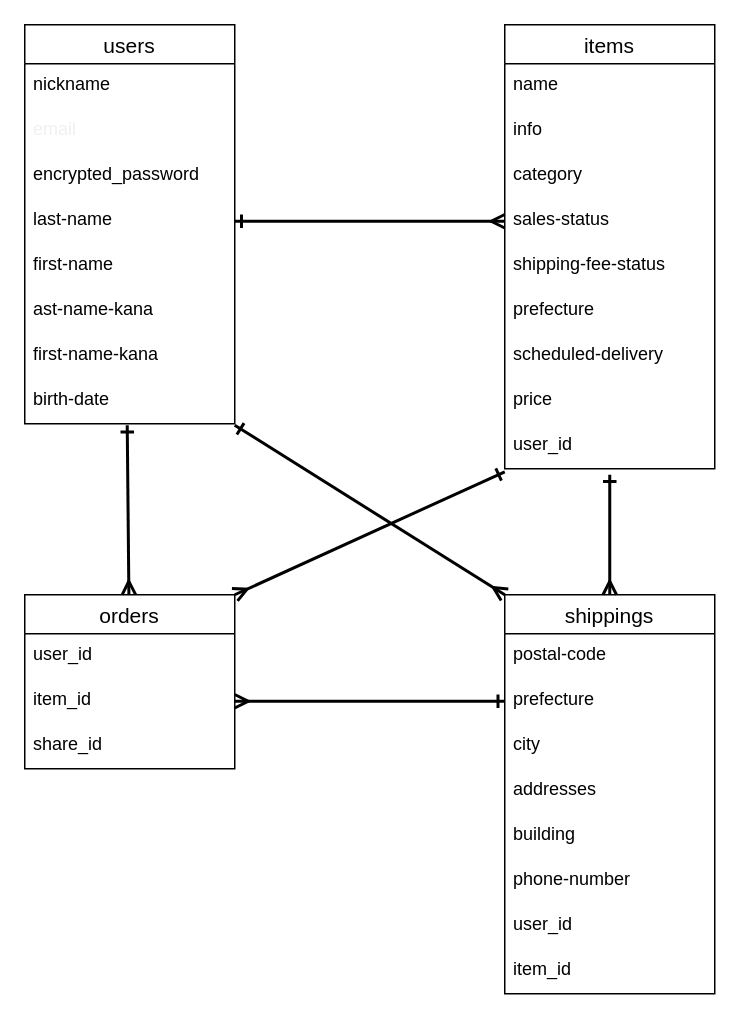
Before: furima_er.dio in zaranah/furima-37400, a draw.io diagram. Source tidied: cells renumbered, new cells numbered last; positions are measured from the earlier drawing's top-left corner, leaving out a move shared by most shapes. Both pictures are drawn from the tidied source at 150%, with x=0, y=0 at pixel (24, 24).
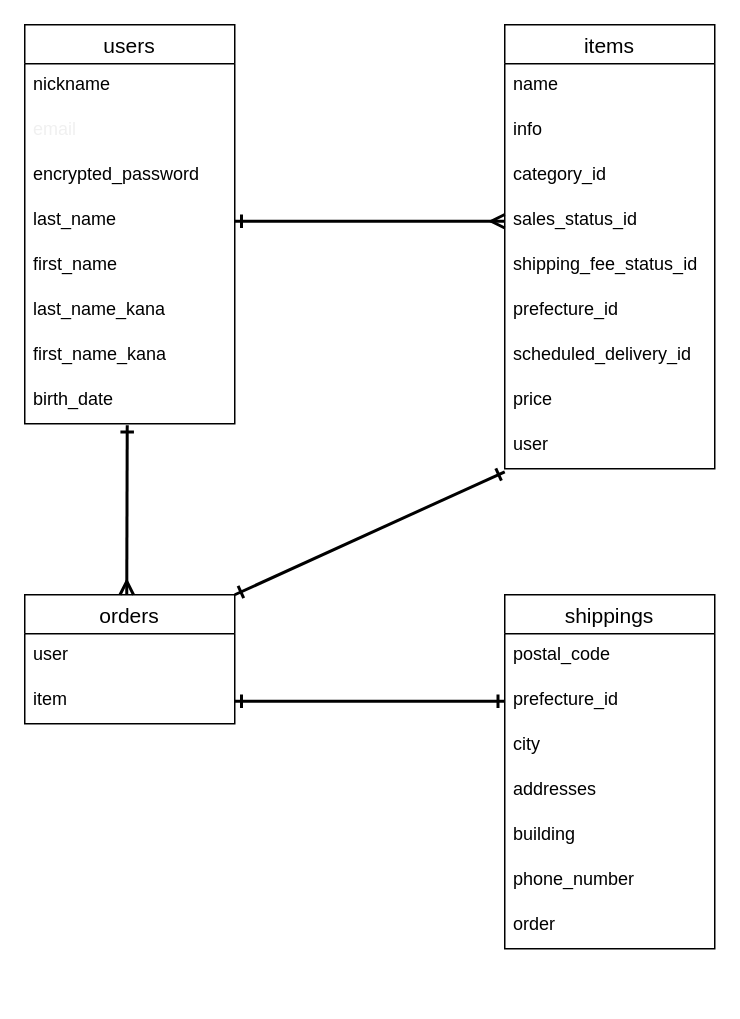
The same diagram, later.

The change refers to these unchanged cells:
```xml
<mxCell id="2" value="users" style="swimlane;fontStyle=0;horizontal=1;startSize=26;align=center;fontSize=14;" parent="1" vertex="1">
  <mxGeometry width="140" height="266" as="geometry" />
</mxCell>
<mxCell id="24" value="items" style="swimlane;fontStyle=0;horizontal=1;startSize=26;align=center;fontSize=14;" parent="1" vertex="1">
  <mxGeometry x="320" width="140" height="296" as="geometry" />
</mxCell>
```

Change to the diagram source:
```diff
@@
-    <mxCell id="6" value="last-name" style="text;strokeColor=none;fillColor=none;spacingLeft=4;spacingRight=4;overflow=hidden;points=[[0,0.5],[1,0.5]];portConstraint=eastwest;fontSize=12;" parent="2" vertex="1">
+    <mxCell id="6" value="last_name" style="text;strokeColor=none;fillColor=none;spacingLeft=4;spacingRight=4;overflow=hidden;points=[[0,0.5],[1,0.5]];portConstraint=eastwest;fontSize=12;" parent="2" vertex="1">
       <mxGeometry y="116" width="140" height="30" as="geometry" />
     </mxCell>
-    <mxCell id="7" value="first-name" style="text;strokeColor=none;fillColor=none;spacingLeft=4;spacingRight=4;overflow=hidden;fontSize=12;" parent="2" vertex="1">
+    <mxCell id="7" value="first_name" style="text;strokeColor=none;fillColor=none;spacingLeft=4;spacingRight=4;overflow=hidden;fontSize=12;" parent="2" vertex="1">
       <mxGeometry y="146" width="140" height="30" as="geometry" />
     </mxCell>
-    <mxCell id="8" value="ast-name-kana" style="text;strokeColor=none;fillColor=none;spacingLeft=4;spacingRight=4;overflow=hidden;fontSize=12;" parent="2" vertex="1">
+    <mxCell id="8" value="last_name_kana" style="text;strokeColor=none;fillColor=none;spacingLeft=4;spacingRight=4;overflow=hidden;fontSize=12;" parent="2" vertex="1">
       <mxGeometry y="176" width="140" height="30" as="geometry" />
     </mxCell>
-    <mxCell id="9" value="first-name-kana" style="text;strokeColor=none;fillColor=none;spacingLeft=4;spacingRight=4;overflow=hidden;fontSize=12;" parent="2" vertex="1">
+    <mxCell id="9" value="first_name_kana" style="text;strokeColor=none;fillColor=none;spacingLeft=4;spacingRight=4;overflow=hidden;fontSize=12;" parent="2" vertex="1">
       <mxGeometry y="206" width="140" height="30" as="geometry" />
     </mxCell>
-    <mxCell id="10" value="birth-date" style="text;strokeColor=none;fillColor=none;spacingLeft=4;spacingRight=4;overflow=hidden;points=[[0,0.5],[1,0.5]];portConstraint=eastwest;fontSize=12;" parent="2" vertex="1">
+    <mxCell id="10" value="birth_date" style="text;strokeColor=none;fillColor=none;spacingLeft=4;spacingRight=4;overflow=hidden;points=[[0,0.5],[1,0.5]];portConstraint=eastwest;fontSize=12;" parent="2" vertex="1">
       <mxGeometry y="236" width="140" height="30" as="geometry" />
     </mxCell>
     <mxCell id="11" value="shippings" style="swimlane;fontStyle=0;horizontal=1;startSize=26;align=center;fontSize=14;" parent="1" vertex="1">
-      <mxGeometry x="320" y="380" width="140" height="266" as="geometry" />
+      <mxGeometry x="320" y="380" width="140" height="236" as="geometry" />
     </mxCell>
-    <mxCell id="12" value="postal-code" style="text;strokeColor=none;fillColor=none;spacingLeft=4;spacingRight=4;overflow=hidden;fontSize=12;" parent="11" vertex="1">
+    <mxCell id="12" value="postal_code" style="text;strokeColor=none;fillColor=none;spacingLeft=4;spacingRight=4;overflow=hidden;fontSize=12;" parent="11" vertex="1">
       <mxGeometry y="26" width="140" height="30" as="geometry" />
     </mxCell>
-    <mxCell id="13" value="prefecture" style="text;strokeColor=none;fillColor=none;spacingLeft=4;spacingRight=4;overflow=hidden;points=[[0,0.5],[1,0.5]];portConstraint=eastwest;fontSize=12;" parent="11" vertex="1">
+    <mxCell id="13" value="prefecture_id" style="text;strokeColor=none;fillColor=none;spacingLeft=4;spacingRight=4;overflow=hidden;points=[[0,0.5],[1,0.5]];portConstraint=eastwest;fontSize=12;" parent="11" vertex="1">
       <mxGeometry y="56" width="140" height="30" as="geometry" />
     </mxCell>
@@
-    <mxCell id="17" value="phone-number" style="text;strokeColor=none;fillColor=none;spacingLeft=4;spacingRight=4;overflow=hidden;fontSize=12;" parent="11" vertex="1">
+    <mxCell id="17" value="phone_number" style="text;strokeColor=none;fillColor=none;spacingLeft=4;spacingRight=4;overflow=hidden;fontSize=12;" parent="11" vertex="1">
       <mxGeometry y="176" width="140" height="30" as="geometry" />
     </mxCell>
-    <mxCell id="18" value="user_id" style="text;strokeColor=none;fillColor=none;spacingLeft=4;spacingRight=4;overflow=hidden;fontSize=12;" parent="11" vertex="1">
+    <mxCell id="18" value="order" style="text;strokeColor=none;fillColor=none;spacingLeft=4;spacingRight=4;overflow=hidden;fontSize=12;" parent="11" vertex="1">
       <mxGeometry y="206" width="140" height="30" as="geometry" />
     </mxCell>
-    <mxCell id="19" value="item_id" style="text;strokeColor=none;fillColor=none;spacingLeft=4;spacingRight=4;overflow=hidden;fontSize=12;" parent="11" vertex="1">
-      <mxGeometry y="236" width="140" height="30" as="geometry" />
-    </mxCell>
     <mxCell id="20" value="orders" style="swimlane;fontStyle=0;horizontal=1;startSize=26;align=center;fontSize=14;" parent="1" vertex="1">
-      <mxGeometry y="380" width="140" height="116" as="geometry" />
+      <mxGeometry y="380" width="140" height="86" as="geometry" />
     </mxCell>
-    <mxCell id="21" value="user_id" style="text;strokeColor=none;fillColor=none;spacingLeft=4;spacingRight=4;overflow=hidden;fontSize=12;" parent="20" vertex="1">
+    <mxCell id="21" value="user" style="text;strokeColor=none;fillColor=none;spacingLeft=4;spacingRight=4;overflow=hidden;fontSize=12;" parent="20" vertex="1">
       <mxGeometry y="26" width="140" height="30" as="geometry" />
     </mxCell>
-    <mxCell id="22" value="item_id" style="text;strokeColor=none;fillColor=none;spacingLeft=4;spacingRight=4;overflow=hidden;points=[[0,0.5],[1,0.5]];portConstraint=eastwest;fontSize=12;" parent="20" vertex="1">
+    <mxCell id="22" value="item" style="text;strokeColor=none;fillColor=none;spacingLeft=4;spacingRight=4;overflow=hidden;points=[[0,0.5],[1,0.5]];portConstraint=eastwest;fontSize=12;" parent="20" vertex="1">
       <mxGeometry y="56" width="140" height="30" as="geometry" />
     </mxCell>
-    <mxCell id="23" value="share_id" style="text;strokeColor=none;fillColor=none;spacingLeft=4;spacingRight=4;overflow=hidden;fontSize=12;" parent="20" vertex="1">
-      <mxGeometry y="86" width="140" height="30" as="geometry" />
-    </mxCell>
@@
-    <mxCell id="27" value="category" style="text;strokeColor=none;fillColor=none;spacingLeft=4;spacingRight=4;overflow=hidden;fontSize=12;" parent="24" vertex="1">
+    <mxCell id="27" value="category_id" style="text;strokeColor=none;fillColor=none;spacingLeft=4;spacingRight=4;overflow=hidden;fontSize=12;" parent="24" vertex="1">
       <mxGeometry y="86" width="140" height="30" as="geometry" />
     </mxCell>
-    <mxCell id="28" value="sales-status" style="text;strokeColor=none;fillColor=none;spacingLeft=4;spacingRight=4;overflow=hidden;points=[[0,0.5],[1,0.5]];portConstraint=eastwest;fontSize=12;" parent="24" vertex="1">
+    <mxCell id="28" value="sales_status_id" style="text;strokeColor=none;fillColor=none;spacingLeft=4;spacingRight=4;overflow=hidden;points=[[0,0.5],[1,0.5]];portConstraint=eastwest;fontSize=12;" parent="24" vertex="1">
       <mxGeometry y="116" width="140" height="30" as="geometry" />
     </mxCell>
-    <mxCell id="29" value="shipping-fee-status" style="text;strokeColor=none;fillColor=none;spacingLeft=4;spacingRight=4;overflow=hidden;fontSize=12;" parent="24" vertex="1">
+    <mxCell id="29" value="shipping_fee_status_id" style="text;strokeColor=none;fillColor=none;spacingLeft=4;spacingRight=4;overflow=hidden;fontSize=12;" parent="24" vertex="1">
       <mxGeometry y="146" width="140" height="30" as="geometry" />
     </mxCell>
-    <mxCell id="30" value="prefecture" style="text;strokeColor=none;fillColor=none;spacingLeft=4;spacingRight=4;overflow=hidden;fontSize=12;" parent="24" vertex="1">
+    <mxCell id="30" value="prefecture_id" style="text;strokeColor=none;fillColor=none;spacingLeft=4;spacingRight=4;overflow=hidden;fontSize=12;" parent="24" vertex="1">
       <mxGeometry y="176" width="140" height="30" as="geometry" />
     </mxCell>
-    <mxCell id="31" value="scheduled-delivery" style="text;strokeColor=none;fillColor=none;spacingLeft=4;spacingRight=4;overflow=hidden;fontSize=12;" parent="24" vertex="1">
+    <mxCell id="31" value="scheduled_delivery_id" style="text;strokeColor=none;fillColor=none;spacingLeft=4;spacingRight=4;overflow=hidden;fontSize=12;" parent="24" vertex="1">
       <mxGeometry y="206" width="140" height="30" as="geometry" />
     </mxCell>
@@
-    <mxCell id="33" value="user_id" style="text;strokeColor=none;fillColor=none;spacingLeft=4;spacingRight=4;overflow=hidden;points=[[0,0.5],[1,0.5]];portConstraint=eastwest;fontSize=12;" parent="24" vertex="1">
+    <mxCell id="33" value="user" style="text;strokeColor=none;fillColor=none;spacingLeft=4;spacingRight=4;overflow=hidden;points=[[0,0.5],[1,0.5]];portConstraint=eastwest;fontSize=12;" parent="24" vertex="1">
       <mxGeometry y="266" width="140" height="30" as="geometry" />
     </mxCell>
@@
-    <mxCell id="35" style="edgeStyle=none;html=1;exitX=1;exitY=1.033;exitDx=0;exitDy=0;entryX=0;entryY=0;entryDx=0;entryDy=0;fontColor=#F0F0F0;endArrow=ERmany;endFill=0;startSize=6;targetPerimeterSpacing=0;strokeWidth=2;startArrow=ERone;startFill=0;exitPerimeter=0;" parent="1" edge="1" source="10" target="11">
-      <mxGeometry relative="1" as="geometry" />
-    </mxCell>
-    <mxCell id="36" style="edgeStyle=none;html=1;fontColor=#F0F0F0;endArrow=ERmany;endFill=0;startSize=6;targetPerimeterSpacing=0;strokeWidth=2;startArrow=ERone;startFill=0;exitX=0.488;exitY=1.033;exitDx=0;exitDy=0;exitPerimeter=0;" parent="1" edge="1" source="10" target="20">
-      <mxGeometry relative="1" as="geometry" />
+    <mxCell id="36" style="edgeStyle=none;html=1;fontColor=#F0F0F0;endArrow=ERmany;endFill=0;startSize=6;targetPerimeterSpacing=0;strokeWidth=2;startArrow=ERone;startFill=0;exitX=0.488;exitY=1.033;exitDx=0;exitDy=0;exitPerimeter=0;" parent="1" edge="1" source="10">
+      <mxGeometry relative="1" as="geometry">
+        <mxPoint x="68" y="380" as="targetPoint" />
+      </mxGeometry>
     </mxCell>
-    <mxCell id="37" style="edgeStyle=none;html=1;exitX=0;exitY=1.067;exitDx=0;exitDy=0;entryX=1;entryY=0;entryDx=0;entryDy=0;fontColor=#F0F0F0;endArrow=ERmany;endFill=0;startSize=6;targetPerimeterSpacing=0;strokeWidth=2;startArrow=ERone;startFill=0;exitPerimeter=0;" parent="1" edge="1" source="33" target="20">
+    <mxCell id="37" style="edgeStyle=none;html=1;exitX=0;exitY=1.067;exitDx=0;exitDy=0;entryX=1;entryY=0;entryDx=0;entryDy=0;fontColor=#F0F0F0;endArrow=ERone;endFill=0;startSize=6;targetPerimeterSpacing=0;strokeWidth=2;startArrow=ERone;startFill=0;exitPerimeter=0;" parent="1" edge="1" source="33" target="20">
       <mxGeometry relative="1" as="geometry" />
     </mxCell>
-    <mxCell id="38" style="edgeStyle=none;html=1;entryX=0.5;entryY=0;entryDx=0;entryDy=0;fontColor=#F0F0F0;endArrow=ERmany;endFill=0;startSize=6;targetPerimeterSpacing=0;strokeWidth=2;startArrow=ERone;startFill=0;" parent="1" edge="1" target="11">
-      <mxGeometry relative="1" as="geometry">
-        <mxPoint x="390" y="300" as="sourcePoint" />
-      </mxGeometry>
-    </mxCell>
-    <mxCell id="39" style="edgeStyle=none;html=1;fontColor=#F0F0F0;endArrow=ERmany;endFill=0;startSize=6;targetPerimeterSpacing=0;strokeWidth=2;startArrow=ERone;startFill=0;exitX=0;exitY=0.5;exitDx=0;exitDy=0;entryX=1;entryY=0.5;entryDx=0;entryDy=0;" parent="1" edge="1" source="13" target="22">
+    <mxCell id="39" style="edgeStyle=none;html=1;fontColor=#F0F0F0;endArrow=ERone;endFill=0;startSize=6;targetPerimeterSpacing=0;strokeWidth=2;startArrow=ERone;startFill=0;exitX=0;exitY=0.5;exitDx=0;exitDy=0;entryX=1;entryY=0.5;entryDx=0;entryDy=0;" parent="1" edge="1" source="13" target="22">
       <mxGeometry relative="1" as="geometry" />
     </mxCell>
```
